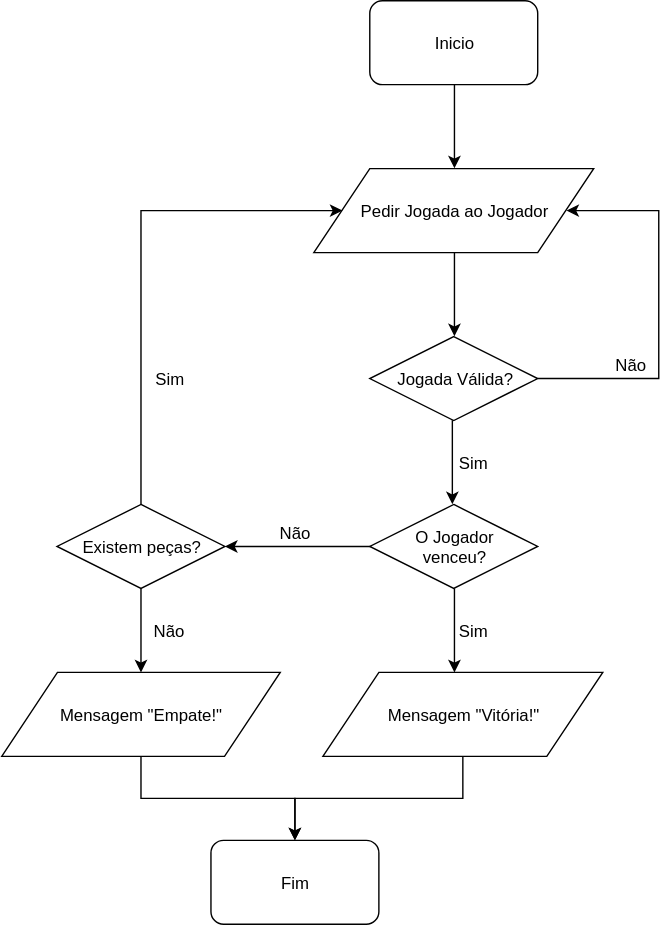
Earlier version of the draw.io export Fluxograma.svg (andre-pedro/projetoLP1). Source tidied: cells renumbered, new cells last; positions are measured from the earlier drawing's top-left corner, leaving out a move shared by most shapes.
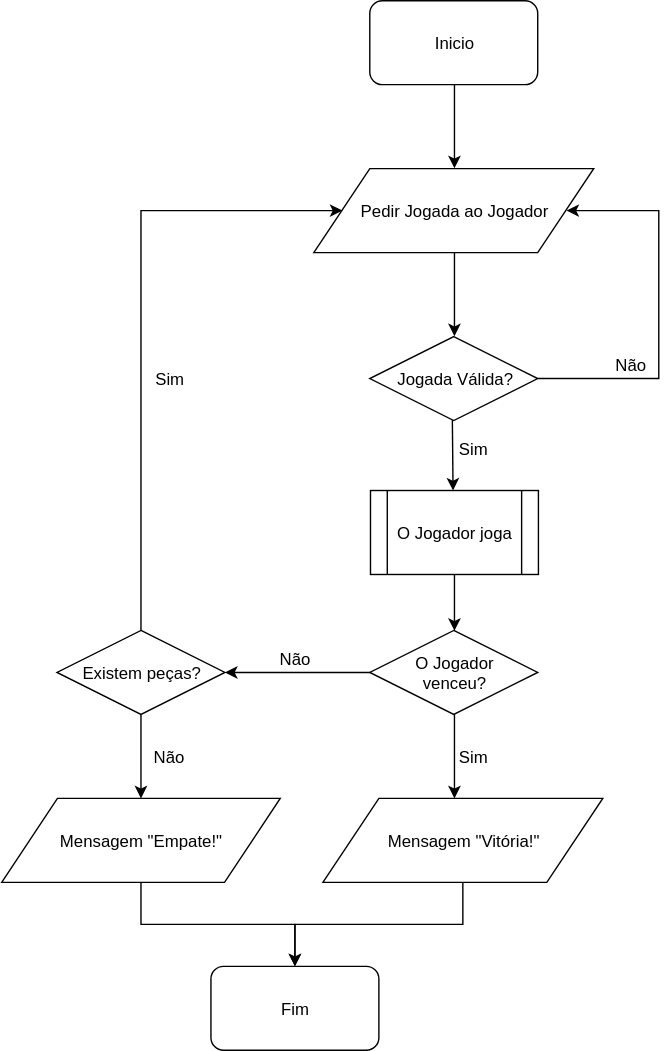
The same file after the commit.

What changed in the source:
```diff
@@ -3,99 +3,108 @@
     <mxCell id="0" />
     <mxCell id="1" parent="0" />
     <mxCell id="2" value="Inicio" style="rounded=1;whiteSpace=wrap;html=1;" parent="1" vertex="1">
-      <mxGeometry x="263.5" width="120" height="60" as="geometry" />
+      <mxGeometry x="263.5" y="-90" width="120" height="60" as="geometry" />
     </mxCell>
     <mxCell id="3" value="Fim" style="rounded=1;whiteSpace=wrap;html=1;" parent="1" vertex="1">
       <mxGeometry x="150" y="600" width="120" height="60" as="geometry" />
     </mxCell>
     <mxCell id="4" value="Pedir Jogada ao Jogador" style="shape=parallelogram;perimeter=parallelogramPerimeter;whiteSpace=wrap;html=1;" parent="1" vertex="1">
-      <mxGeometry x="223.5" y="120" width="200" height="60" as="geometry" />
+      <mxGeometry x="223.5" y="30" width="200" height="60" as="geometry" />
     </mxCell>
-    <mxCell id="5" style="edgeStyle=orthogonalEdgeStyle;rounded=0;html=1;jettySize=auto;entryX=1;entryY=0.5;" parent="1" edge="1" source="6" target="4">
-      <mxGeometry relative="1" as="geometry">
-        <Array as="points">
-          <mxPoint x="470" y="270" />
-          <mxPoint x="470" y="150" />
-        </Array>
-      </mxGeometry>
-    </mxCell>
-    <mxCell id="6" value="Jogada Válida?" style="rhombus;whiteSpace=wrap;html=1;fontFamily=Helvetica;fontSize=12;fontColor=#000000;align=center;strokeColor=#000000;fillColor=#ffffff;" parent="1" vertex="1">
-      <mxGeometry x="263.5" y="240" width="120" height="60" as="geometry" />
+    <mxCell id="6" style="edgeStyle=orthogonalEdgeStyle;rounded=0;html=1;jettySize=auto;entryX=1;entryY=0.5;" parent="1" edge="1" source="26" target="4">
+      <mxGeometry relative="1" as="geometry">
+        <Array as="points">
+          <mxPoint x="470" y="180" />
+          <mxPoint x="470" y="60" />
+        </Array>
+      </mxGeometry>
     </mxCell>
+    <mxCell id="26" value="Jogada Válida?" style="rhombus;whiteSpace=wrap;html=1;fontFamily=Helvetica;fontSize=12;fontColor=#000000;align=center;strokeColor=#000000;fillColor=#ffffff;" parent="1" vertex="1">
+      <mxGeometry x="263.5" y="150" width="120" height="60" as="geometry" />
+    </mxCell>
     <mxCell id="7" value="O Jogador&lt;br&gt;venceu?" style="rhombus;whiteSpace=wrap;html=1;fontFamily=Helvetica;fontSize=12;fontColor=#000000;align=center;strokeColor=#000000;fillColor=#ffffff;" parent="1" vertex="1">
       <mxGeometry x="263.5" y="360" width="120" height="60" as="geometry" />
     </mxCell>
-    <mxCell id="8" style="edgeStyle=orthogonalEdgeStyle;rounded=0;html=1;jettySize=auto;entryX=0;entryY=0.5;" parent="1" edge="1" source="9" target="4">
-      <mxGeometry relative="1" as="geometry">
-        <Array as="points">
-          <mxPoint x="100" y="150" />
-        </Array>
-      </mxGeometry>
-    </mxCell>
+    <mxCell id="27" style="edgeStyle=orthogonalEdgeStyle;rounded=0;html=1;jettySize=auto;entryX=0;entryY=0.5;" parent="1" edge="1" source="9" target="4">
+      <mxGeometry relative="1" as="geometry">
+        <Array as="points">
+          <mxPoint x="100" y="60" />
+        </Array>
+      </mxGeometry>
+    </mxCell>
     <mxCell id="9" value="Existem peças?" style="rhombus;whiteSpace=wrap;html=1;fontFamily=Helvetica;fontSize=12;fontColor=#000000;align=center;strokeColor=#000000;fillColor=#ffffff;" parent="1" vertex="1">
       <mxGeometry x="40" y="360" width="120" height="60" as="geometry" />
     </mxCell>
-    <mxCell id="10" style="edgeStyle=orthogonalEdgeStyle;rounded=0;html=1;entryX=0.5;entryY=0;jettySize=auto;" parent="1" edge="1" source="11" target="3">
-      <mxGeometry relative="1" as="geometry" />
-    </mxCell>
-    <mxCell id="11" value="Mensagem &quot;Vitória!&quot;" style="shape=parallelogram;perimeter=parallelogramPerimeter;whiteSpace=wrap;html=1;" parent="1" vertex="1">
-      <mxGeometry x="230" y="480" width="200" height="60" as="geometry" />
+    <mxCell id="11" style="edgeStyle=orthogonalEdgeStyle;rounded=0;html=1;entryX=0.5;entryY=0;jettySize=auto;" parent="1" edge="1" source="12" target="3">
+      <mxGeometry relative="1" as="geometry" />
     </mxCell>
-    <mxCell id="12" style="endArrow=classic;html=1;exitX=0;exitY=0.5;entryX=1;entryY=0.5;" parent="1" edge="1" source="7" target="9">
-      <mxGeometry relative="1" as="geometry" />
+    <mxCell id="12" value="Mensagem &quot;Vitória!&quot;" style="shape=parallelogram;perimeter=parallelogramPerimeter;whiteSpace=wrap;html=1;" parent="1" vertex="1">
+      <mxGeometry x="230" y="480" width="200" height="60" as="geometry" />
     </mxCell>
-    <mxCell id="13" value="Não" style="text;html=1;strokeColor=none;fillColor=none;align=center;verticalAlign=middle;whiteSpace=wrap;rounded=0;" parent="1" vertex="1">
-      <mxGeometry x="190" y="370" width="40" height="20" as="geometry" />
+    <mxCell id="13" style="endArrow=classic;html=1;exitX=0;exitY=0.5;entryX=1;entryY=0.5;" parent="1" edge="1" target="9">
+      <mxGeometry relative="1" as="geometry">
+        <mxPoint x="264" y="390" as="sourcePoint" />
+      </mxGeometry>
     </mxCell>
+    <mxCell id="28" value="Não" style="text;html=1;strokeColor=none;fillColor=none;align=center;verticalAlign=middle;whiteSpace=wrap;rounded=0;" parent="1" vertex="1">
+      <mxGeometry x="190" y="370" width="40" height="20" as="geometry" />
+    </mxCell>
+    <mxCell id="29" style="endArrow=classic;html=1;exitX=0.5;exitY=1;" parent="1" edge="1">
+      <mxGeometry relative="1" as="geometry">
+        <mxPoint x="324" y="420" as="sourcePoint" />
+        <mxPoint x="324" y="480" as="targetPoint" />
+      </mxGeometry>
+    </mxCell>
-    <mxCell id="14" style="endArrow=classic;html=1;exitX=0.5;exitY=1;" parent="1" edge="1" source="7">
-      <mxGeometry relative="1" as="geometry">
-        <mxPoint x="324" y="480" as="targetPoint" />
-      </mxGeometry>
+    <mxCell id="14" value="Sim" style="text;html=1;strokeColor=none;fillColor=none;align=center;verticalAlign=middle;whiteSpace=wrap;rounded=0;" parent="1" vertex="1">
+      <mxGeometry x="324" y="440" width="27" height="20" as="geometry" />
     </mxCell>
-    <mxCell id="15" value="Sim" style="text;html=1;strokeColor=none;fillColor=none;align=center;verticalAlign=middle;whiteSpace=wrap;rounded=0;" parent="1" vertex="1">
-      <mxGeometry x="324" y="440" width="27" height="20" as="geometry" />
+    <mxCell id="15" style="edgeStyle=orthogonalEdgeStyle;rounded=0;html=1;entryX=0.5;entryY=0;jettySize=auto;" parent="1" edge="1" source="30" target="3">
+      <mxGeometry relative="1" as="geometry" />
     </mxCell>
-    <mxCell id="16" style="edgeStyle=orthogonalEdgeStyle;rounded=0;html=1;entryX=0.5;entryY=0;jettySize=auto;" parent="1" edge="1" source="17" target="3">
-      <mxGeometry relative="1" as="geometry" />
-    </mxCell>
+    <mxCell id="30" value="Mensagem &quot;Empate!&quot;" style="shape=parallelogram;perimeter=parallelogramPerimeter;whiteSpace=wrap;html=1;" parent="1" vertex="1">
+      <mxGeometry x="0.5" y="480" width="199" height="60" as="geometry" />
+    </mxCell>
-    <mxCell id="17" value="Mensagem &quot;Empate!&quot;" style="shape=parallelogram;perimeter=parallelogramPerimeter;whiteSpace=wrap;html=1;" parent="1" vertex="1">
-      <mxGeometry x="0.5" y="480" width="199" height="60" as="geometry" />
+    <mxCell id="17" style="endArrow=classic;html=1;exitX=0.5;exitY=1;" parent="1" edge="1">
+      <mxGeometry relative="1" as="geometry">
+        <mxPoint x="100" y="420" as="sourcePoint" />
+        <mxPoint x="100" y="480" as="targetPoint" />
+      </mxGeometry>
     </mxCell>
+    <mxCell id="31" value="Não" style="text;html=1;strokeColor=none;fillColor=none;align=center;verticalAlign=middle;whiteSpace=wrap;rounded=0;" parent="1" vertex="1">
+      <mxGeometry x="100" y="440" width="40" height="20" as="geometry" />
+    </mxCell>
-    <mxCell id="18" style="endArrow=classic;html=1;exitX=0.5;exitY=1;" parent="1" edge="1">
-      <mxGeometry relative="1" as="geometry">
-        <mxPoint x="100" y="420" as="sourcePoint" />
-        <mxPoint x="100" y="480" as="targetPoint" />
-      </mxGeometry>
+    <mxCell id="18" value="Sim" style="text;html=1;strokeColor=none;fillColor=none;align=center;verticalAlign=middle;whiteSpace=wrap;rounded=0;" parent="1" vertex="1">
+      <mxGeometry x="100" y="170" width="40" height="20" as="geometry" />
     </mxCell>
-    <mxCell id="19" value="Não" style="text;html=1;strokeColor=none;fillColor=none;align=center;verticalAlign=middle;whiteSpace=wrap;rounded=0;" parent="1" vertex="1">
-      <mxGeometry x="100" y="440" width="40" height="20" as="geometry" />
+    <mxCell id="19" style="endArrow=classic;html=1;exitX=0.5;exitY=1;" parent="1" edge="1">
+      <mxGeometry relative="1" as="geometry">
+        <mxPoint x="324" y="89.8" as="sourcePoint" />
+        <mxPoint x="324" y="149.8" as="targetPoint" />
+      </mxGeometry>
     </mxCell>
+    <mxCell id="32" style="endArrow=classic;html=1;exitX=0.5;exitY=1;" parent="1" edge="1">
+      <mxGeometry relative="1" as="geometry">
+        <mxPoint x="324" y="-30.2" as="sourcePoint" />
+        <mxPoint x="324" y="29.8" as="targetPoint" />
+      </mxGeometry>
+    </mxCell>
+    <mxCell id="16" style="endArrow=classic;html=1;exitX=0.5;exitY=1;" parent="1" edge="1">
+      <mxGeometry relative="1" as="geometry">
+        <mxPoint x="322.5" y="209.8" as="sourcePoint" />
+        <mxPoint x="323" y="260" as="targetPoint" />
+      </mxGeometry>
+    </mxCell>
+    <mxCell id="10" value="Não" style="text;html=1;strokeColor=none;fillColor=none;align=center;verticalAlign=middle;whiteSpace=wrap;rounded=0;" parent="1" vertex="1">
+      <mxGeometry x="430" y="160" width="40" height="20" as="geometry" />
+    </mxCell>
+    <mxCell id="8" value="Sim" style="text;html=1;strokeColor=none;fillColor=none;align=center;verticalAlign=middle;whiteSpace=wrap;rounded=0;" parent="1" vertex="1">
+      <mxGeometry x="324" y="220" width="27" height="20" as="geometry" />
+    </mxCell>
-    <mxCell id="20" value="Sim" style="text;html=1;strokeColor=none;fillColor=none;align=center;verticalAlign=middle;whiteSpace=wrap;rounded=0;" parent="1" vertex="1">
-      <mxGeometry x="100" y="260" width="40" height="20" as="geometry" />
+    <mxCell id="20" style="edgeStyle=orthogonalEdgeStyle;rounded=0;html=1;jettySize=auto;" parent="1" edge="1" source="33" target="7">
+      <mxGeometry relative="1" as="geometry" />
     </mxCell>
-    <mxCell id="21" style="endArrow=classic;html=1;exitX=0.5;exitY=1;" parent="1" edge="1">
-      <mxGeometry relative="1" as="geometry">
-        <mxPoint x="324" y="179.8" as="sourcePoint" />
-        <mxPoint x="324" y="239.8" as="targetPoint" />
-      </mxGeometry>
-    </mxCell>
-    <mxCell id="22" style="endArrow=classic;html=1;exitX=0.5;exitY=1;" parent="1" edge="1">
-      <mxGeometry relative="1" as="geometry">
-        <mxPoint x="324" y="59.8" as="sourcePoint" />
-        <mxPoint x="324" y="119.8" as="targetPoint" />
-      </mxGeometry>
-    </mxCell>
-    <mxCell id="23" style="endArrow=classic;html=1;exitX=0.5;exitY=1;" parent="1" edge="1">
-      <mxGeometry relative="1" as="geometry">
-        <mxPoint x="322.5" y="299.8" as="sourcePoint" />
-        <mxPoint x="322.5" y="359.8" as="targetPoint" />
-      </mxGeometry>
-    </mxCell>
-    <mxCell id="24" value="Não" style="text;html=1;strokeColor=none;fillColor=none;align=center;verticalAlign=middle;whiteSpace=wrap;rounded=0;" parent="1" vertex="1">
-      <mxGeometry x="430" y="250" width="40" height="20" as="geometry" />
-    </mxCell>
-    <mxCell id="25" value="Sim" style="text;html=1;strokeColor=none;fillColor=none;align=center;verticalAlign=middle;whiteSpace=wrap;rounded=0;" parent="1" vertex="1">
-      <mxGeometry x="324" y="320" width="27" height="20" as="geometry" />
-    </mxCell>
+    <mxCell id="33" value="O Jogador joga" style="shape=process;whiteSpace=wrap;html=1;" parent="1" vertex="1">
+      <mxGeometry x="264" y="260" width="120" height="60" as="geometry" />
+    </mxCell>
   </root>
 </mxGraphModel>
```
